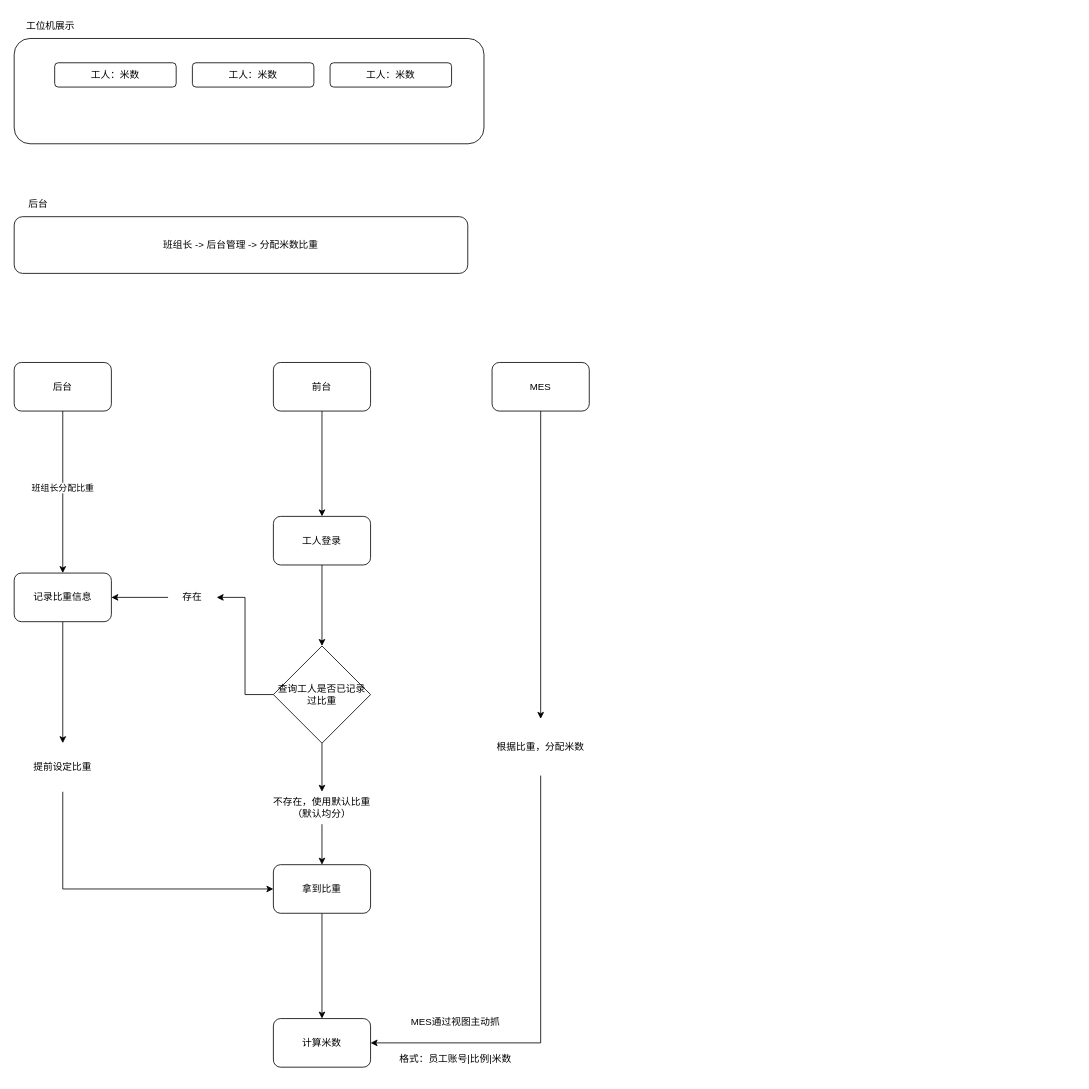
Before: page "黄船-集控" (11 of 12) of mspaint/秉优科技.drawio in D1isney/notes, a draw.io diagram. Source tidied: cells renumbered, new cells numbered last; positions are measured from the earlier drawing's top-left corner, leaving out a move shared by most shapes. Both pictures are drawn from the tidied source at 81%, with x=0, y=0 at pixel (14, 14).
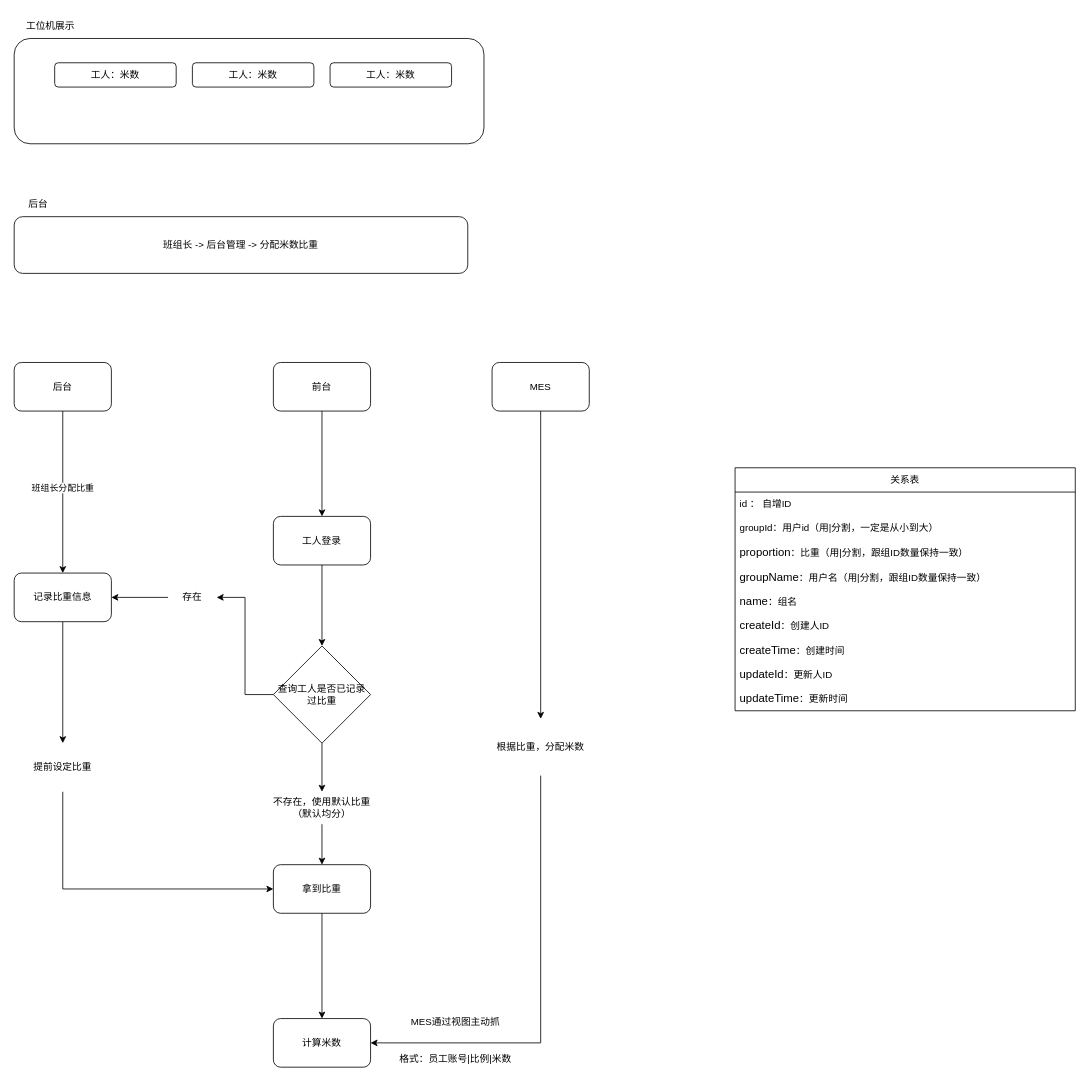
The same diagram, later.

Commit message:
更新秉优科技.drawio

Change to the diagram source:
```diff
@@
+    <mxCell id="36" value="关系表" style="swimlane;fontStyle=0;horizontal=1;startSize=30;whiteSpace=wrap;html=1;" parent="1" vertex="1">
+      <mxGeometry x="890" y="560" width="420" height="300" as="geometry" />
+    </mxCell>
+    <mxCell id="37" value="id ： 自增ID" style="text;strokeColor=none;fillColor=none;align=left;verticalAlign=middle;spacingLeft=4;spacingRight=4;overflow=hidden;whiteSpace=wrap;html=1;" parent="36" vertex="1">
+      <mxGeometry y="30" width="420" height="30" as="geometry" />
+    </mxCell>
+    <mxCell id="38" value="groupId：用户id（用|分割，一定是从小到大）" style="text;strokeColor=none;fillColor=none;align=left;verticalAlign=middle;spacingLeft=4;spacingRight=4;overflow=hidden;whiteSpace=wrap;html=1;" parent="36" vertex="1">
+      <mxGeometry y="60" width="420" height="30" as="geometry" />
+    </mxCell>
+    <mxCell id="39" value="&lt;span style=&quot;font-family: 微软雅黑; font-size: 14px; white-space-collapse: preserve;&quot;&gt;proportion&lt;/span&gt;：比重（用|分割，跟组ID数量保持一致）" style="text;strokeColor=none;fillColor=none;align=left;verticalAlign=middle;spacingLeft=4;spacingRight=4;overflow=hidden;whiteSpace=wrap;html=1;" parent="36" vertex="1">
+      <mxGeometry y="90" width="420" height="30" as="geometry" />
+    </mxCell>
+    <mxCell id="40" value="&lt;font face=&quot;微软雅黑&quot;&gt;&lt;span style=&quot;font-size: 14px; white-space-collapse: preserve;&quot;&gt;groupName&lt;/span&gt;&lt;/font&gt;：用户名（用|分割，跟组ID数量保持一致）" style="text;strokeColor=none;fillColor=none;align=left;verticalAlign=middle;spacingLeft=4;spacingRight=4;overflow=hidden;whiteSpace=wrap;html=1;" parent="36" vertex="1">
+      <mxGeometry y="120" width="420" height="30" as="geometry" />
+    </mxCell>
+    <mxCell id="41" value="&lt;font face=&quot;微软雅黑&quot;&gt;&lt;span style=&quot;font-size: 14px; white-space-collapse: preserve;&quot;&gt;name&lt;/span&gt;&lt;/font&gt;：组名" style="text;strokeColor=none;fillColor=none;align=left;verticalAlign=middle;spacingLeft=4;spacingRight=4;overflow=hidden;whiteSpace=wrap;html=1;" parent="36" vertex="1">
+      <mxGeometry y="150" width="420" height="30" as="geometry" />
+    </mxCell>
+    <mxCell id="42" value="&lt;font face=&quot;微软雅黑&quot;&gt;&lt;span style=&quot;font-size: 14px; white-space-collapse: preserve;&quot;&gt;createId&lt;/span&gt;&lt;/font&gt;：创建人ID" style="text;strokeColor=none;fillColor=none;align=left;verticalAlign=middle;spacingLeft=4;spacingRight=4;overflow=hidden;whiteSpace=wrap;html=1;" parent="36" vertex="1">
+      <mxGeometry y="180" width="420" height="30" as="geometry" />
+    </mxCell>
+    <mxCell id="43" value="&lt;font face=&quot;微软雅黑&quot;&gt;&lt;span style=&quot;font-size: 14px; white-space-collapse: preserve;&quot;&gt;createTime&lt;/span&gt;&lt;/font&gt;：创建时间" style="text;strokeColor=none;fillColor=none;align=left;verticalAlign=middle;spacingLeft=4;spacingRight=4;overflow=hidden;whiteSpace=wrap;html=1;" parent="36" vertex="1">
+      <mxGeometry y="210" width="420" height="30" as="geometry" />
+    </mxCell>
+    <mxCell id="44" value="&lt;font face=&quot;微软雅黑&quot;&gt;&lt;span style=&quot;font-size: 14px; white-space-collapse: preserve;&quot;&gt;updateId&lt;/span&gt;&lt;/font&gt;：更新人ID" style="text;strokeColor=none;fillColor=none;align=left;verticalAlign=middle;spacingLeft=4;spacingRight=4;overflow=hidden;whiteSpace=wrap;html=1;" parent="36" vertex="1">
+      <mxGeometry y="240" width="420" height="30" as="geometry" />
+    </mxCell>
+    <mxCell id="45" value="&lt;font face=&quot;微软雅黑&quot;&gt;&lt;span style=&quot;font-size: 14px; white-space-collapse: preserve;&quot;&gt;updateTime&lt;/span&gt;&lt;/font&gt;：更新时间" style="text;strokeColor=none;fillColor=none;align=left;verticalAlign=middle;spacingLeft=4;spacingRight=4;overflow=hidden;whiteSpace=wrap;html=1;" parent="36" vertex="1">
+      <mxGeometry y="270" width="420" height="30" as="geometry" />
+    </mxCell>
```
